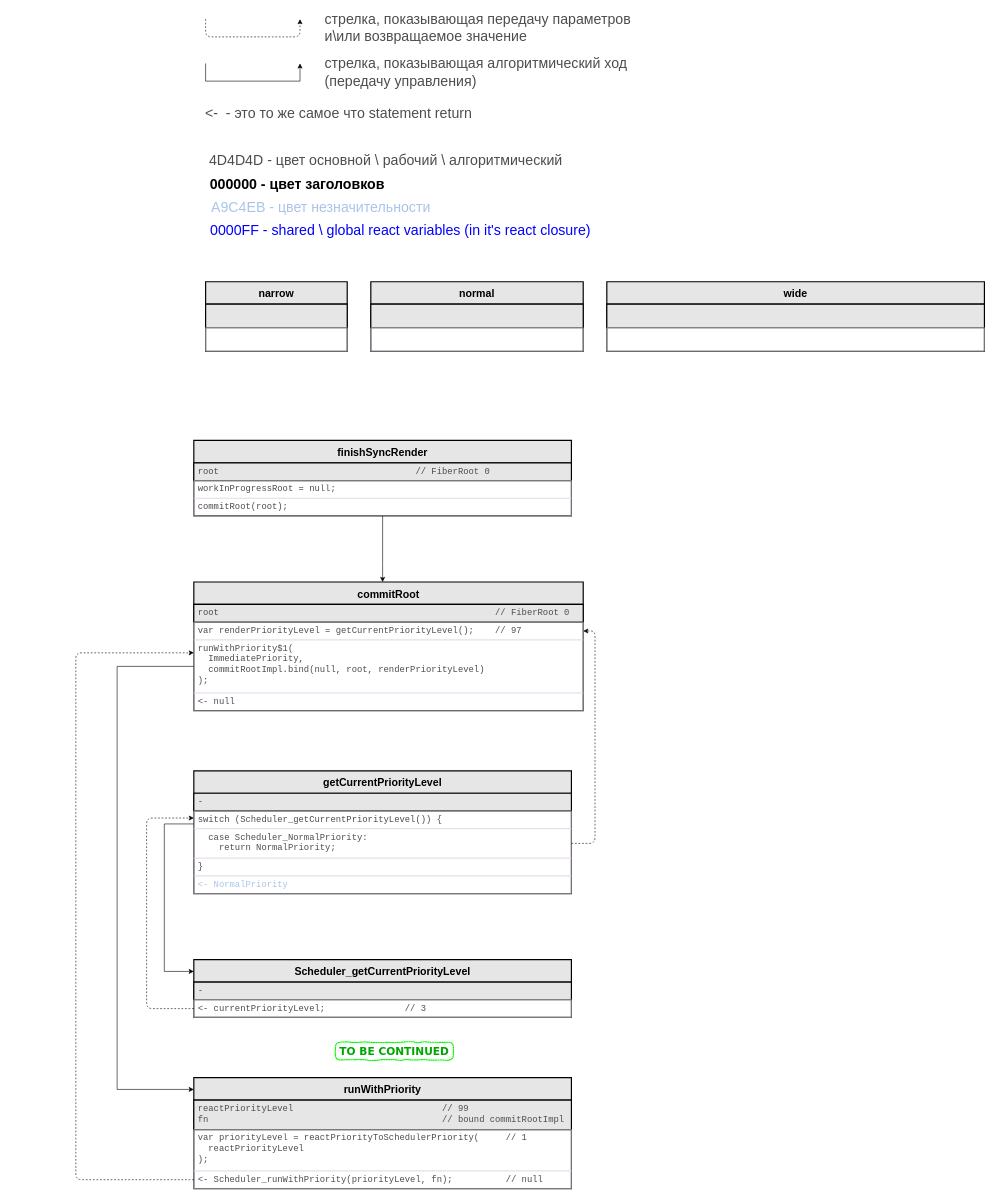
Before: page "commit" (5 of 5) of React.Internals.drawio in bullet03/react_internals, a draw.io diagram. Source tidied: cells renumbered, new cells numbered last; positions are measured from the earlier drawing's top-left corner, leaving out a move shared by most shapes. Both pictures are drawn from the tidied source at 59%, with x=0, y=0 at pixel (76, 10).
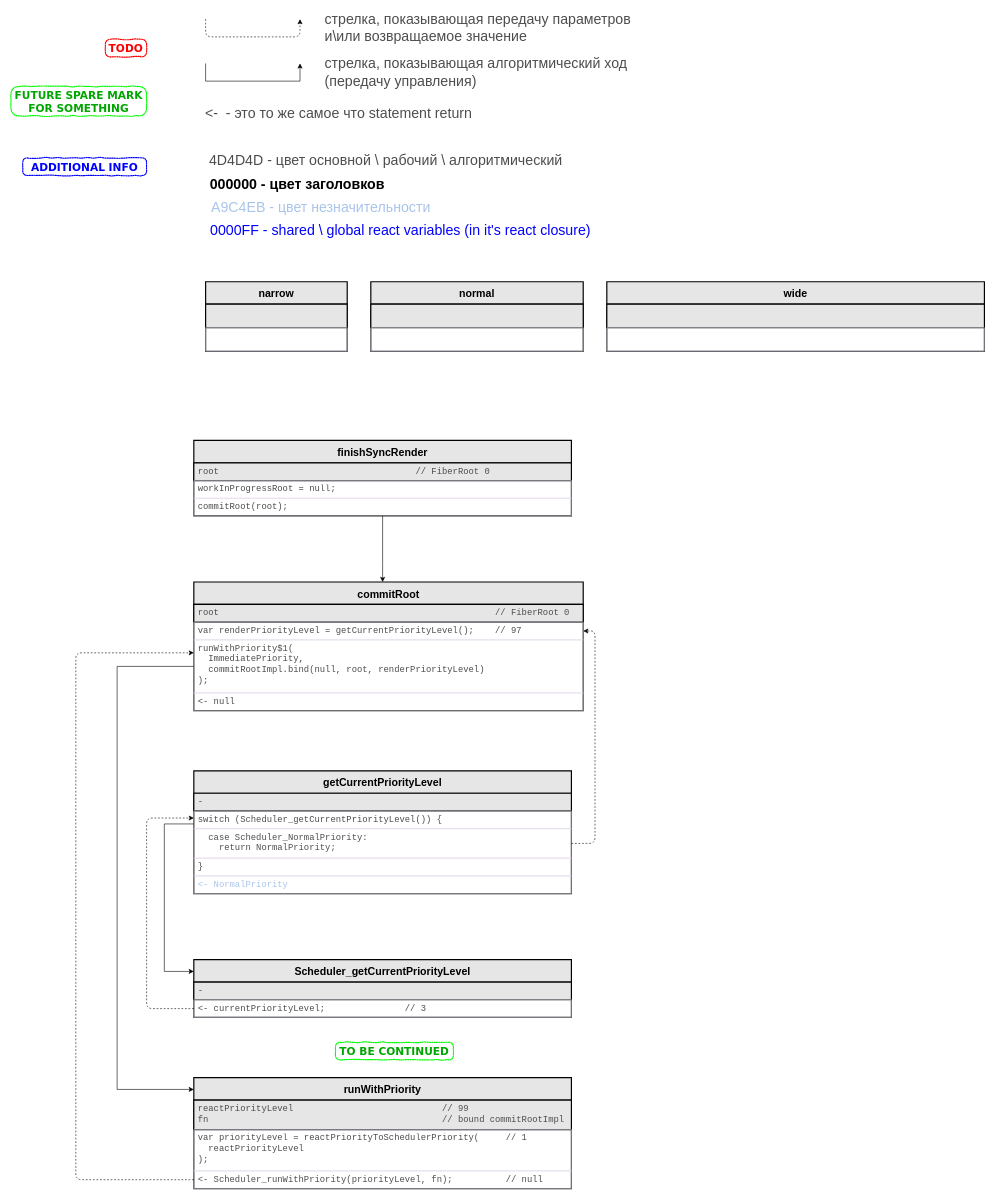
The same diagram, later.

Diff of the diagram source:
```diff
@@
+    <mxCell id="51" value="FUTURE SPARE MARK &lt;br&gt;FOR SOMETHING" style="text;html=1;strokeColor=#00FF00;fillColor=none;align=center;verticalAlign=middle;whiteSpace=wrap;rounded=1;fontSize=18;fontColor=#00A600;fontStyle=1;labelBorderColor=none;dashed=1;dashPattern=1 1;labelBackgroundColor=none;fontFamily=Verdana;strokeWidth=2;comic=1;arcSize=30;" parent="1" vertex="1">
+      <mxGeometry x="-110" y="129" width="230" height="50" as="geometry" />
+    </mxCell>
+    <mxCell id="52" value="TODO" style="text;html=1;strokeColor=#FF0000;fillColor=none;align=center;verticalAlign=middle;whiteSpace=wrap;rounded=1;fontSize=18;fontColor=#FF0000;fontStyle=1;labelBorderColor=none;dashed=1;dashPattern=1 1;labelBackgroundColor=none;fontFamily=Verdana;arcSize=33;strokeWidth=2;comic=1;" parent="1" vertex="1">
+      <mxGeometry x="50" y="49" width="70" height="30" as="geometry" />
+    </mxCell>
+    <mxCell id="53" value="ADDITIONAL INFO" style="text;html=1;strokeColor=#0000FF;fillColor=none;align=center;verticalAlign=middle;whiteSpace=wrap;rounded=1;fontSize=18;fontStyle=1;labelBorderColor=none;dashed=1;labelBackgroundColor=none;fontFamily=Verdana;glass=0;comic=1;shadow=0;fontColor=#0000FF;strokeWidth=2;dashPattern=1 1;arcSize=29;" parent="1" vertex="1">
+      <mxGeometry x="-90" y="250" width="210" height="30" as="geometry" />
+    </mxCell>
```
